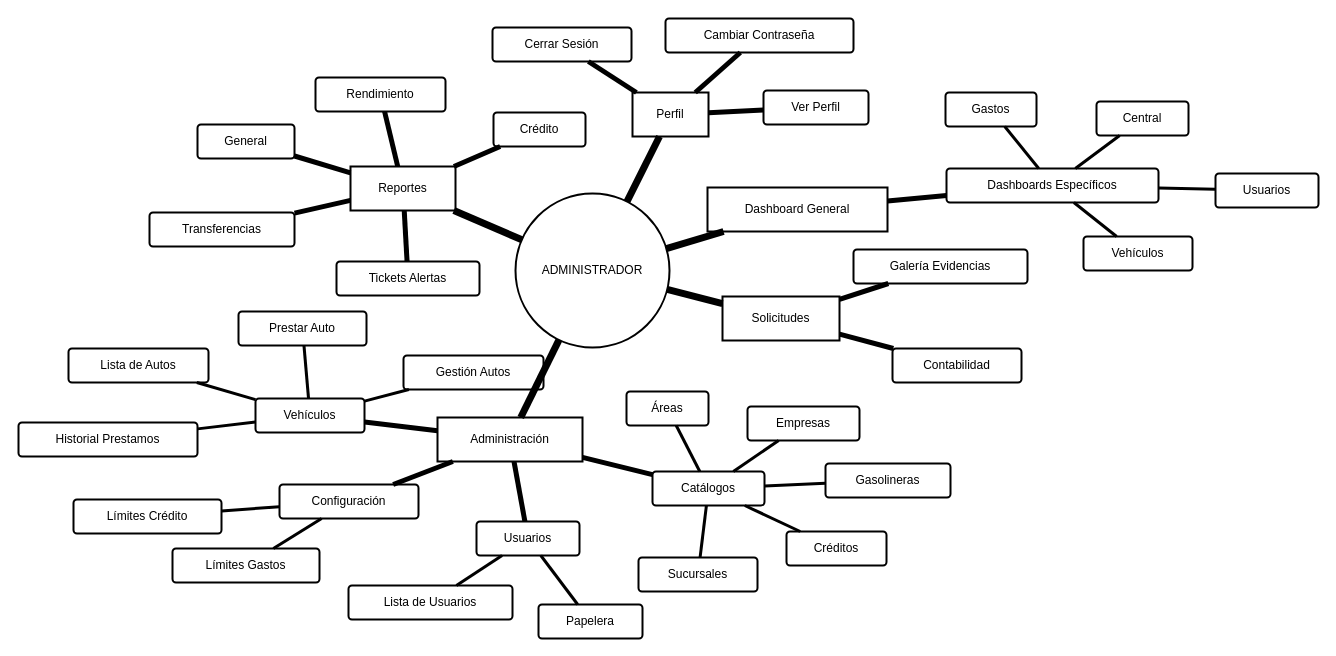
Before: page "Página-1" (1 of 2) of Mapa de Navegación: ADMINISTRADOR.drawio in Yazmin616/Diagramas_Procesos, a draw.io diagram. Source tidied: cells renumbered, new cells numbered last; positions are measured from the earlier drawing's top-left corner, leaving out a move shared by most shapes. Both pictures are drawn from the tidied source at 100%, with x=0, y=0 at pixel (18, 18).
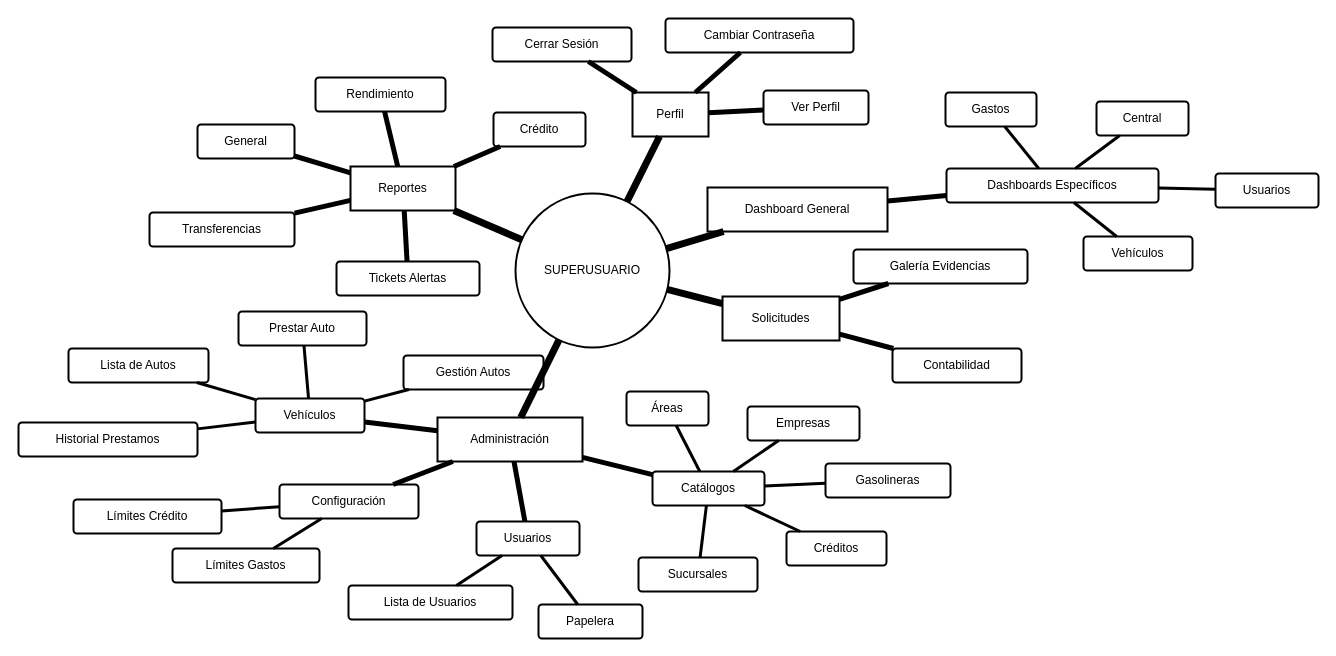
The same diagram, later.

What changed in the source:
```diff
@@
-    <mxCell id="2" value="ADMINISTRADOR" style="ellipse;strokeWidth=2;whiteSpace=wrap;" parent="1" vertex="1">
+    <mxCell id="2" value="SUPERUSUARIO" style="ellipse;strokeWidth=2;whiteSpace=wrap;" parent="1" vertex="1">
       <mxGeometry x="497" y="175" width="154" height="154" as="geometry" />
     </mxCell>
```
